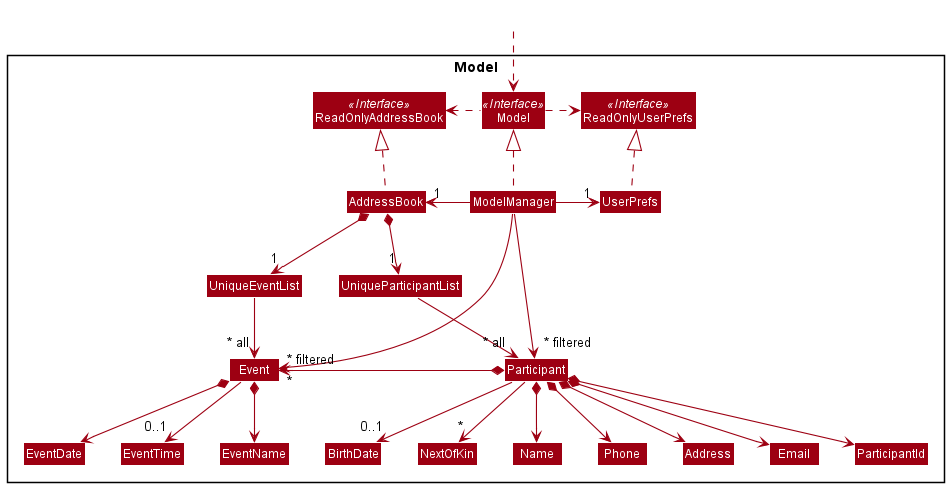
This is docs/images/ModelClassDiagram.png from nus-cs2103-AY2122S1/tp, a PlantUML export, as it was before one commit.
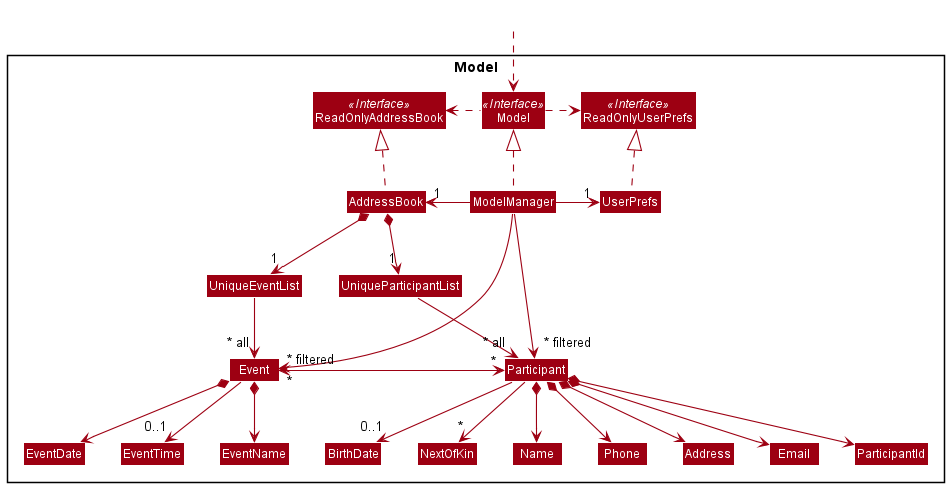
The same diagram one commit later.

Commit message:
Update ModelClassDiagram and BetterModelClassDiagram

What changed in the source:
```diff
@@ -58,7 +58,7 @@
 Participant *--> ParticipantId
 Participant --> "0..1" BirthDate
 Participant --> "*" NextOfKin
-Participant *-left-> "*" Event
+Participant "*" <-left-> "*" Event
 
 Name -[hidden]right-> Phone
 Phone -[hidden]right-> Address
```
